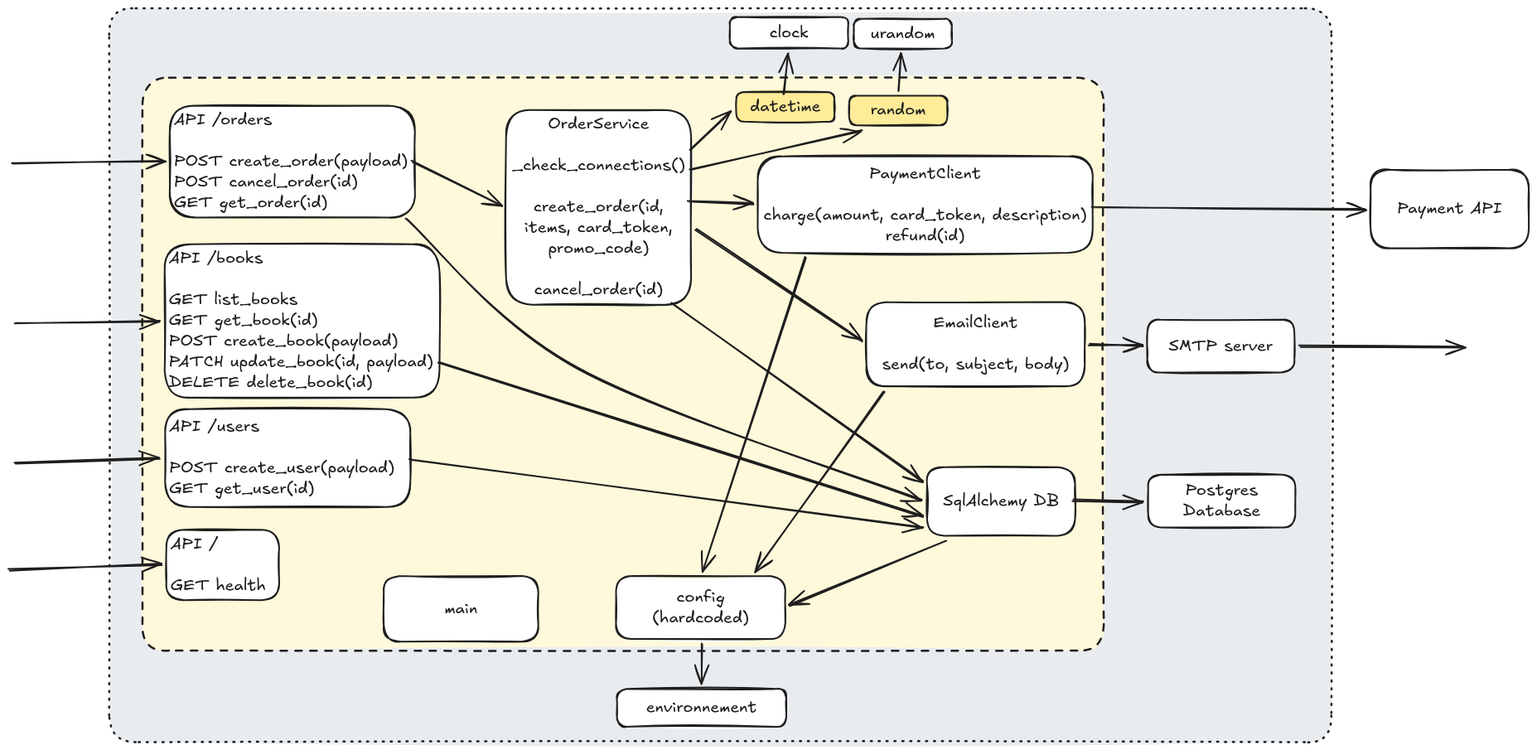
Earlier version of the Excalidraw export solution/docs/testing_hell.excalidraw.png (jgaffiot/getting-out-testing-hell). Source tidied: one line per element, renumbered; positions are measured from the earlier drawing's top-left corner, leaving out a move shared by most shapes.
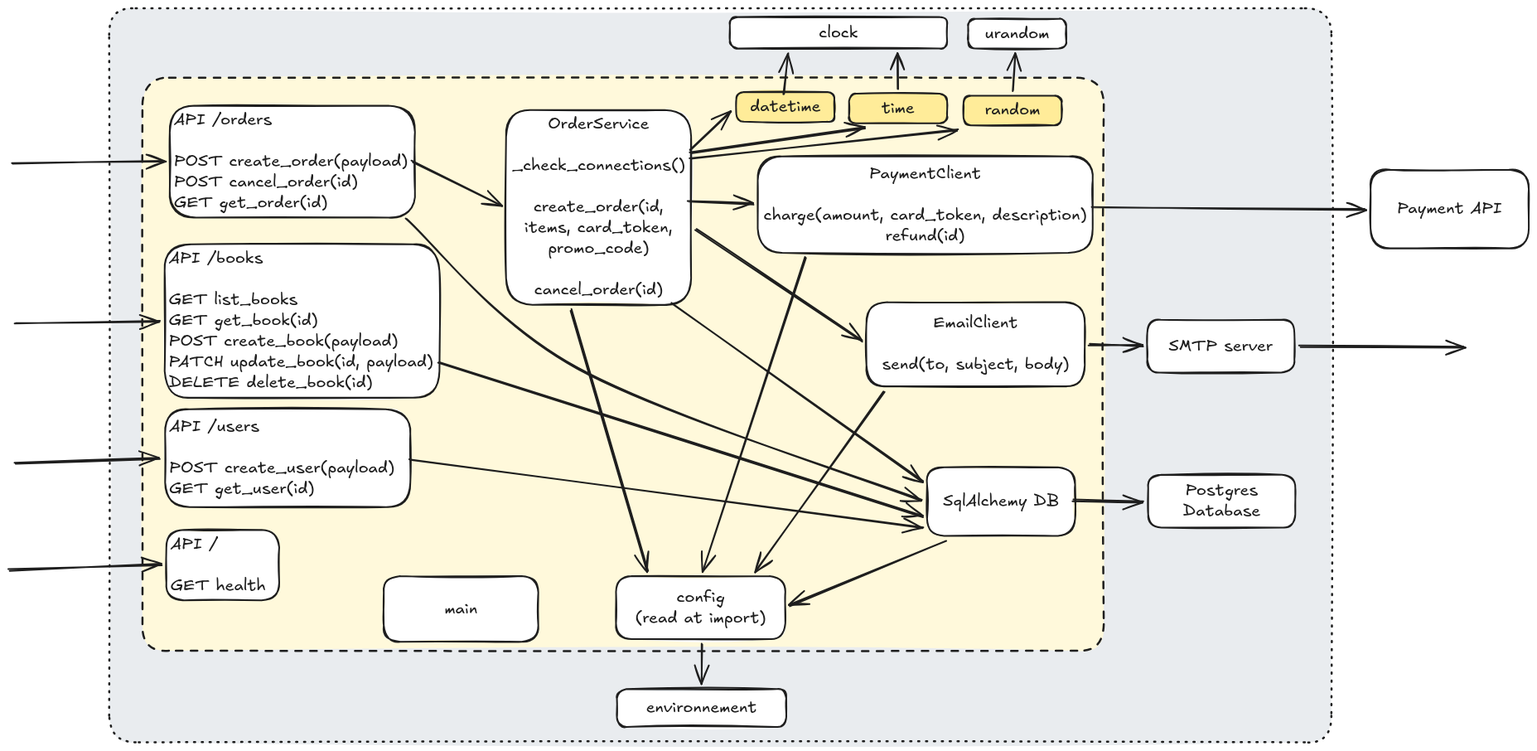
After the commit.

Change to the diagram source:
```diff
@@ -35,7 +35,7 @@
 {"id": 34, "type": "rectangle", "strokeColor": "#1e1e1e", "backgroundColor": "#ffffff", "fillStyle": "solid", "strokeWidth": 2, "roughness": 1, "round": true, "x": 452, "y": 685, "width": 186, "height": 79}
 {"id": 35, "type": "text", "text": "main", "strokeColor": "#1e1e1e", "strokeWidth": 2, "roughness": 1, "fontSize": 20, "fontFamily": 5, "textAlign": "center", "verticalAlign": "middle", "inside": 34, "x": 525, "y": 712, "width": 40, "height": 25}
 {"id": 36, "type": "rectangle", "strokeColor": "#1e1e1e", "backgroundColor": "#ffffff", "fillStyle": "solid", "strokeWidth": 2, "roughness": 1, "round": true, "x": 732, "y": 685, "width": 204, "height": 76}
-{"id": 37, "type": "text", "text": "config\n(hardcoded)", "strokeColor": "#1e1e1e", "strokeWidth": 2, "roughness": 1, "fontSize": 20, "fontFamily": 5, "textAlign": "center", "verticalAlign": "middle", "inside": 36, "x": 776, "y": 698, "width": 117, "height": 50}
+{"id": 37, "type": "text", "text": "config\n(read at import)", "strokeColor": "#1e1e1e", "strokeWidth": 2, "roughness": 1, "fontSize": 20, "fontFamily": 5, "textAlign": "center", "verticalAlign": "middle", "inside": 36, "x": 750, "y": 698, "width": 170, "height": 50}
 {"id": 38, "type": "rectangle", "strokeColor": "#1e1e1e", "backgroundColor": "#ffffff", "fillStyle": "solid", "strokeWidth": 2, "roughness": 1, "round": true, "x": 734, "y": 821, "width": 204, "height": 46}
 {"id": 39, "type": "text", "text": "environnement", "strokeColor": "#1e1e1e", "strokeWidth": 2, "roughness": 1, "fontSize": 20, "fontFamily": 5, "textAlign": "center", "verticalAlign": "middle", "inside": 38, "x": 769, "y": 832, "width": 134, "height": 25}
 {"id": 40, "type": "arrow", "strokeColor": "#1e1e1e", "strokeWidth": 2, "roughness": 1, "endArrowhead": "arrow", "round": true, "from": 36, "to": 38, "x": 836, "y": 767, "width": 0, "height": 48, "points": [[0, 0], [0, 48]]}
@@ -45,17 +45,22 @@
 {"id": 44, "type": "arrow", "strokeColor": "#1e1e1e", "strokeWidth": 2, "roughness": 1, "endArrowhead": "arrow", "round": true, "from": 10, "to": 4, "x": 480, "y": 253, "width": 622, "height": 340, "points": [[0, 0], [205, 182], [622, 340]]}
 {"id": 45, "type": "rectangle", "strokeColor": "#1e1e1e", "backgroundColor": "#ffec99", "fillStyle": "solid", "strokeWidth": 2, "roughness": 1, "round": true, "x": 878, "y": 101, "width": 118, "height": 36}
 {"id": 46, "type": "text", "text": "datetime", "strokeColor": "#1e1e1e", "strokeWidth": 2, "roughness": 1, "fontSize": 20, "fontFamily": 5, "textAlign": "center", "verticalAlign": "middle", "inside": 45, "x": 894, "y": 106, "width": 85, "height": 25}
-{"id": 47, "type": "rectangle", "strokeColor": "#1e1e1e", "backgroundColor": "#ffffff", "fillStyle": "solid", "strokeWidth": 2, "roughness": 1, "round": true, "x": 870, "y": 11, "width": 143, "height": 38}
+{"id": 47, "type": "rectangle", "strokeColor": "#1e1e1e", "backgroundColor": "#ffffff", "fillStyle": "solid", "strokeWidth": 2, "roughness": 1, "round": true, "x": 870, "y": 11, "width": 262, "height": 38}
-{"id": 48, "type": "text", "text": "clock", "strokeColor": "#1e1e1e", "strokeWidth": 2, "roughness": 1, "fontSize": 20, "fontFamily": 5, "textAlign": "center", "verticalAlign": "middle", "inside": 47, "x": 918, "y": 17, "width": 47, "height": 25}
+{"id": 48, "type": "text", "text": "clock", "strokeColor": "#1e1e1e", "strokeWidth": 2, "roughness": 1, "fontSize": 20, "fontFamily": 5, "textAlign": "center", "verticalAlign": "middle", "inside": 47, "x": 977, "y": 17, "width": 47, "height": 25}
 {"id": 49, "type": "arrow", "strokeColor": "#1e1e1e", "strokeWidth": 2, "roughness": 1, "endArrowhead": "arrow", "round": true, "from": 12, "to": 45, "x": 822, "y": 171, "width": 50, "height": 47, "points": [[0, 0], [50, -47]]}
 {"id": 50, "type": "arrow", "strokeColor": "#1e1e1e", "strokeWidth": 2, "roughness": 1, "endArrowhead": "arrow", "round": true, "from": 45, "to": 47, "x": 935, "y": 103, "width": 6, "height": 49, "points": [[0, 0], [6, -49]]}
-{"id": 51, "type": "rectangle", "strokeColor": "#1e1e1e", "backgroundColor": "#ffec99", "fillStyle": "solid", "strokeWidth": 2, "roughness": 1, "round": true, "x": 1014, "y": 105, "width": 118, "height": 36}
+{"id": 51, "type": "rectangle", "strokeColor": "#1e1e1e", "backgroundColor": "#ffec99", "fillStyle": "solid", "strokeWidth": 2, "roughness": 1, "round": true, "x": 1152, "y": 105, "width": 118, "height": 36}
-{"id": 52, "type": "text", "text": "random", "strokeColor": "#1e1e1e", "strokeWidth": 2, "roughness": 1, "fontSize": 20, "fontFamily": 5, "textAlign": "center", "verticalAlign": "middle", "inside": 51, "x": 1040, "y": 111, "width": 67, "height": 25}
+{"id": 52, "type": "text", "text": "random", "strokeColor": "#1e1e1e", "strokeWidth": 2, "roughness": 1, "fontSize": 20, "fontFamily": 5, "textAlign": "center", "verticalAlign": "middle", "inside": 51, "x": 1178, "y": 111, "width": 67, "height": 25}
-{"id": 53, "type": "arrow", "strokeColor": "#1e1e1e", "strokeWidth": 2, "roughness": 1, "endArrowhead": "arrow", "round": true, "from": 12, "to": 51, "x": 823, "y": 194, "width": 207, "height": 47, "points": [[0, 0], [207, -47]]}
+{"id": 53, "type": "arrow", "strokeColor": "#1e1e1e", "strokeWidth": 2, "roughness": 1, "endArrowhead": "arrow", "round": true, "from": 12, "to": 51, "x": 823, "y": 180, "width": 323, "height": 34, "points": [[0, 0], [323, -34]]}
-{"id": 54, "type": "rectangle", "strokeColor": "#1e1e1e", "backgroundColor": "#ffffff", "fillStyle": "solid", "strokeWidth": 2, "roughness": 1, "round": true, "x": 1019, "y": 13, "width": 118, "height": 36}
+{"id": 54, "type": "rectangle", "strokeColor": "#1e1e1e", "backgroundColor": "#ffffff", "fillStyle": "solid", "strokeWidth": 2, "roughness": 1, "round": true, "x": 1157, "y": 13, "width": 118, "height": 36}
-{"id": 55, "type": "text", "text": "urandom", "strokeColor": "#1e1e1e", "strokeWidth": 2, "roughness": 1, "fontSize": 20, "fontFamily": 5, "textAlign": "center", "verticalAlign": "middle", "inside": 54, "x": 1040, "y": 18, "width": 78, "height": 25}
+{"id": 55, "type": "text", "text": "urandom", "strokeColor": "#1e1e1e", "strokeWidth": 2, "roughness": 1, "fontSize": 20, "fontFamily": 5, "textAlign": "center", "verticalAlign": "middle", "inside": 54, "x": 1178, "y": 18, "width": 78, "height": 25}
-{"id": 56, "type": "arrow", "strokeColor": "#1e1e1e", "strokeWidth": 2, "roughness": 1, "endArrowhead": "arrow", "round": true, "from": 51, "to": 54, "x": 1073, "y": 99, "width": 3, "height": 45, "points": [[0, 0], [3, -45]]}
+{"id": 56, "type": "arrow", "strokeColor": "#1e1e1e", "strokeWidth": 2, "roughness": 1, "endArrowhead": "arrow", "round": true, "from": 51, "to": 54, "x": 1211, "y": 99, "width": 3, "height": 45, "points": [[0, 0], [3, -45]]}
 {"id": 57, "type": "arrow", "strokeColor": "#1e1e1e", "backgroundColor": "#ffffff", "fillStyle": "solid", "strokeWidth": 2, "roughness": 1, "endArrowhead": "arrow", "round": true, "to": 10, "x": 3, "y": 187, "width": 185, "height": 2, "points": [[0, 0], [185, -2]]}
 {"id": 58, "type": "arrow", "strokeColor": "#1e1e1e", "backgroundColor": "#ffffff", "fillStyle": "solid", "strokeWidth": 2, "roughness": 1, "endArrowhead": "arrow", "round": true, "to": 2, "x": 8, "y": 379, "width": 174, "height": 2, "points": [[0, 0], [174, -2]]}
 {"id": 59, "type": "arrow", "strokeColor": "#1e1e1e", "backgroundColor": "#ffffff", "fillStyle": "solid", "strokeWidth": 2, "roughness": 1, "endArrowhead": "arrow", "round": true, "to": 8, "x": 8, "y": 550, "width": 174, "height": 7, "points": [[0, 0], [174, -7]]}
 {"id": 60, "type": "arrow", "strokeColor": "#1e1e1e", "backgroundColor": "#ffffff", "fillStyle": "solid", "strokeWidth": 2, "roughness": 1, "endArrowhead": "arrow", "round": true, "to": 32, "x": 0, "y": 677, "width": 184, "height": 5, "points": [[0, 0], [184, -5]]}
+{"id": 61, "type": "rectangle", "strokeColor": "#1e1e1e", "backgroundColor": "#ffec99", "fillStyle": "solid", "strokeWidth": 2, "roughness": 1, "round": true, "x": 1014, "y": 103, "width": 118, "height": 36}
+{"id": 62, "type": "text", "text": "time", "strokeColor": "#1e1e1e", "strokeWidth": 2, "roughness": 1, "fontSize": 20, "fontFamily": 5, "textAlign": "center", "verticalAlign": "middle", "inside": 61, "x": 1053, "y": 108, "width": 40, "height": 25}
+{"id": 63, "type": "arrow", "strokeColor": "#1e1e1e", "strokeWidth": 2, "roughness": 1, "endArrowhead": "arrow", "round": true, "from": 61, "to": 47, "x": 1073, "y": 97, "width": 0, "height": 42, "points": [[0, 0], [0, -42]]}
+{"id": 64, "type": "arrow", "strokeColor": "#1e1e1e", "strokeWidth": 2, "roughness": 1, "endArrowhead": "arrow", "round": true, "from": 12, "to": 61, "x": 823, "y": 175, "width": 209, "height": 31, "points": [[0, 0], [209, -31]]}
+{"id": 65, "type": "arrow", "strokeColor": "#1e1e1e", "strokeWidth": 2, "roughness": 1, "endArrowhead": "arrow", "round": true, "from": 12, "to": 36, "x": 678, "y": 364, "width": 94, "height": 315, "points": [[0, 0], [94, 315]]}
```
